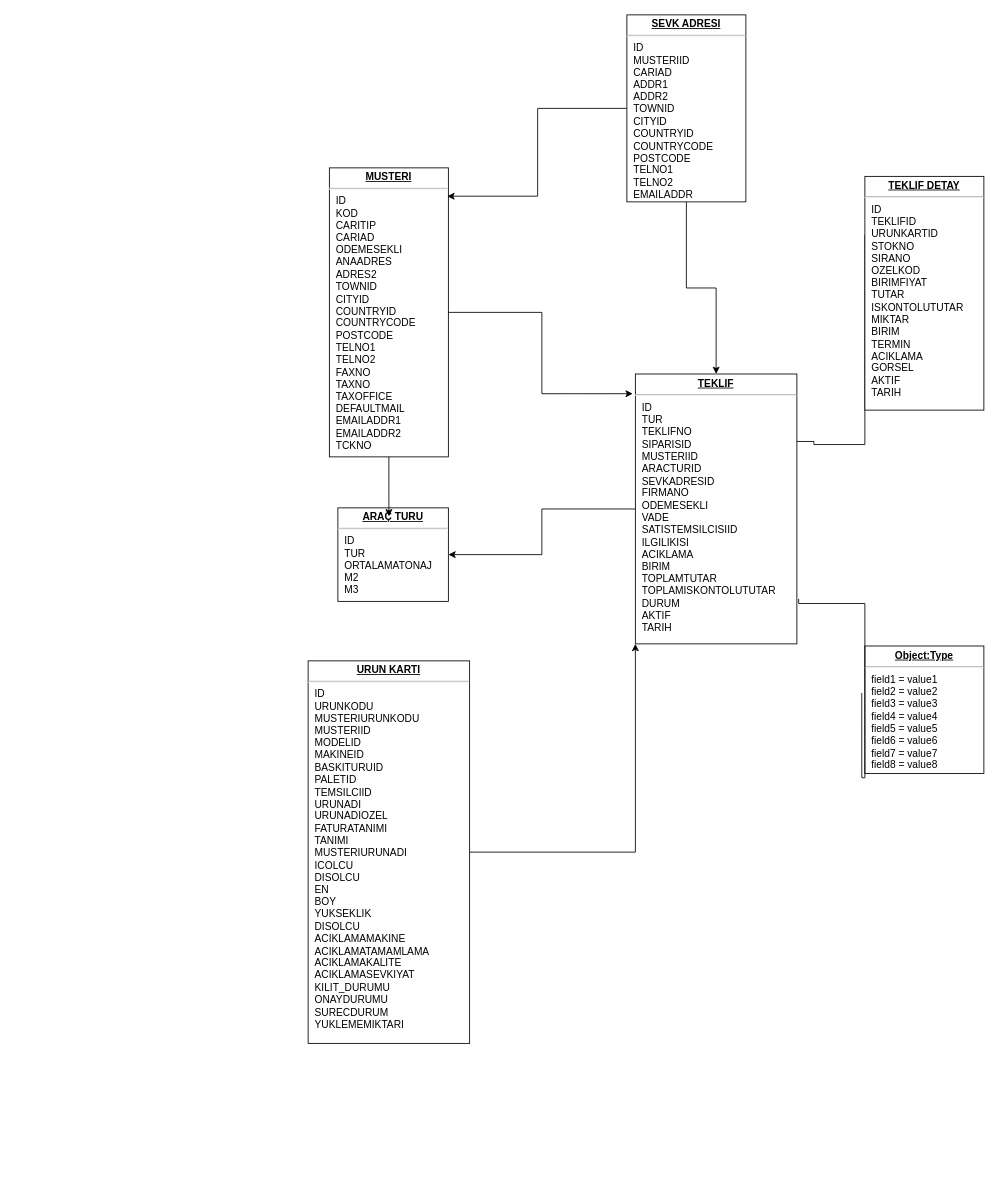
kaya2m/proDuck_ERP keeps this draw.io diagram as produck_Diagram.drawio. Above is the earlier version. Source tidied: cells renumbered, new cells numbered last; positions are measured from the earlier drawing's top-left corner, leaving out a move shared by most shapes. Both pictures are drawn from the tidied source at 85%, with x=0, y=0 at pixel (308, 14).
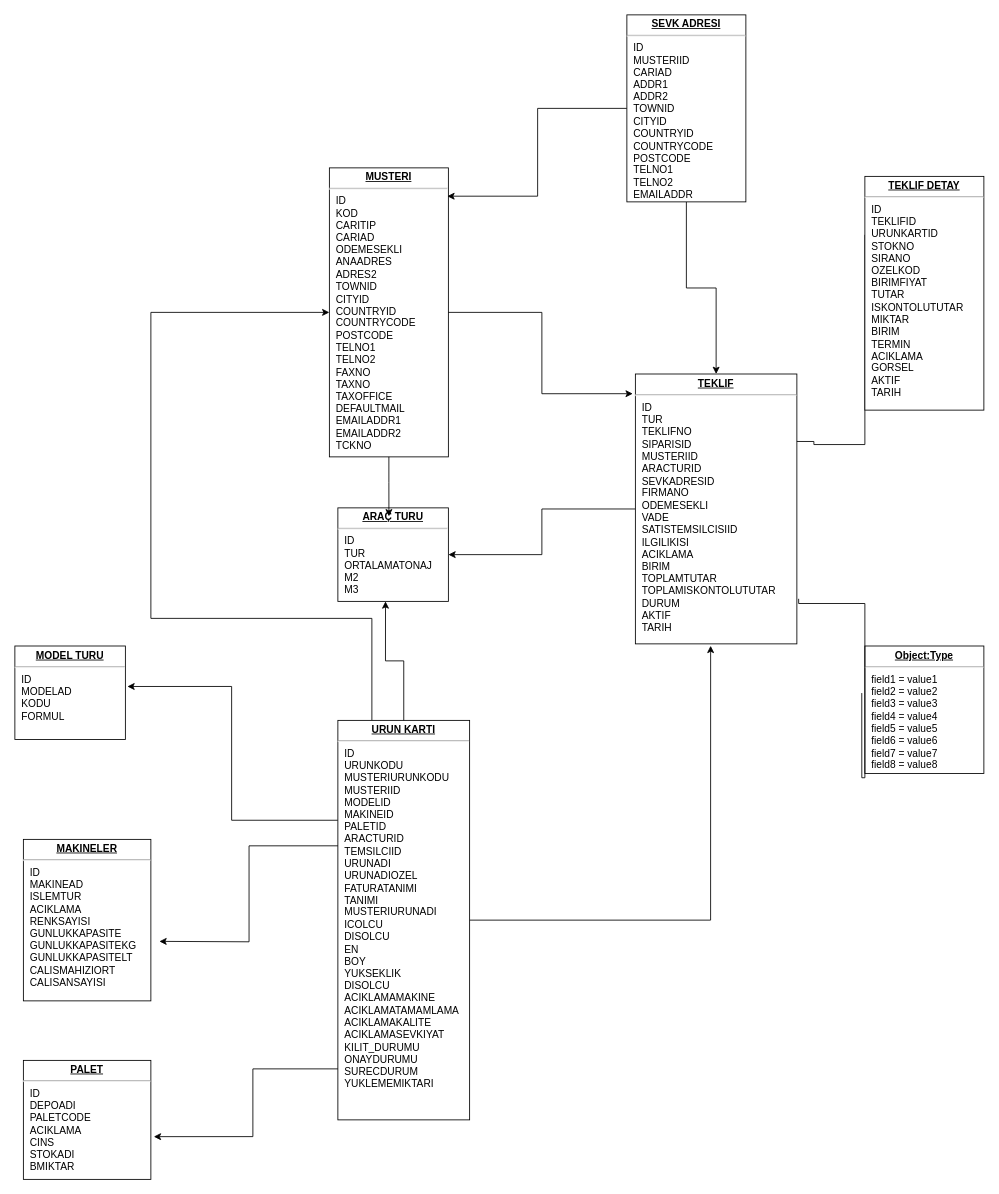
The same diagram, later.

Unchanged cells that the change refers to:
```xml
<mxCell id="3" value="&lt;p style=&quot;margin: 0px ; margin-top: 4px ; text-align: center ; text-decoration: underline&quot;&gt;&lt;b&gt;TEKLIF&lt;/b&gt;&lt;/p&gt;&lt;hr&gt;&lt;p style=&quot;margin: 0px ; margin-left: 8px&quot;&gt;ID&lt;/p&gt;&lt;p style=&quot;margin: 0px ; margin-left: 8px&quot;&gt;TUR&lt;/p&gt;&lt;p style=&quot;margin: 0px ; margin-left: 8px&quot;&gt;TEKLIFNO&lt;/p&gt;&lt;p style=&quot;margin: 0px ; margin-left: 8px&quot;&gt;SIPARISID&lt;/p&gt;&lt;p style=&quot;margin: 0px ; margin-left: 8px&quot;&gt;MUSTERIID&lt;/p&gt;&lt;p style=&quot;margin: 0px ; margin-left: 8px&quot;&gt;ARACTURID&lt;/p&gt;&lt;p style=&quot;margin: 0px ; margin-left: 8px&quot;&gt;SEVKADRESID&lt;/p&gt;&lt;p style=&quot;margin: 0px ; margin-left: 8px&quot;&gt;FIRMANO&lt;/p&gt;&lt;p style=&quot;margin: 0px ; margin-left: 8px&quot;&gt;ODEMESEKLI&lt;/p&gt;&lt;p style=&quot;margin: 0px ; margin-left: 8px&quot;&gt;VADE&lt;/p&gt;&lt;p style=&quot;margin: 0px ; margin-left: 8px&quot;&gt;SATISTEMSILCISIID&lt;/p&gt;&lt;p style=&quot;margin: 0px ; margin-left: 8px&quot;&gt;ILGILIKISI&lt;/p&gt;&lt;p style=&quot;margin: 0px ; margin-left: 8px&quot;&gt;ACIKLAMA&lt;/p&gt;&lt;p style=&quot;margin: 0px ; margin-left: 8px&quot;&gt;BIRIM&lt;/p&gt;&lt;p style=&quot;margin: 0px ; margin-left: 8px&quot;&gt;TOPLAMTUTAR&lt;/p&gt;&lt;p style=&quot;margin: 0px ; margin-left: 8px&quot;&gt;TOPLAMISKONTOLUTUTAR&lt;/p&gt;&lt;p style=&quot;margin: 0px ; margin-left: 8px&quot;&gt;DURUM&lt;/p&gt;&lt;p style=&quot;margin: 0px ; margin-left: 8px&quot;&gt;AKTIF&lt;/p&gt;&lt;p style=&quot;margin: 0px ; margin-left: 8px&quot;&gt;TARIH&lt;/p&gt;&lt;p style=&quot;margin: 0px ; margin-left: 8px&quot;&gt;&lt;/p&gt;" style="verticalAlign=top;align=left;overflow=fill;fontSize=12;fontFamily=Helvetica;html=1;rounded=0;shadow=0;comic=0;labelBackgroundColor=none;strokeWidth=1;" parent="1" vertex="1">
  <mxGeometry x="385" y="422.5" width="190" height="317.5" as="geometry" />
</mxCell>
<mxCell id="7" value="&lt;p style=&quot;margin: 0px ; margin-top: 4px ; text-align: center ; text-decoration: underline&quot;&gt;&lt;b&gt;MUSTERI&lt;/b&gt;&lt;/p&gt;&lt;hr&gt;&lt;p style=&quot;margin: 0px ; margin-left: 8px&quot;&gt;ID&lt;br&gt;KOD&lt;br&gt;CARITIP&lt;/p&gt;&lt;p style=&quot;margin: 0px ; margin-left: 8px&quot;&gt;CARIAD&lt;/p&gt;&lt;p style=&quot;margin: 0px ; margin-left: 8px&quot;&gt;ODEMESEKLI&lt;br&gt;&lt;/p&gt;&lt;p style=&quot;margin: 0px ; margin-left: 8px&quot;&gt;ANAADRES&lt;br&gt;&lt;/p&gt;&lt;p style=&quot;margin: 0px ; margin-left: 8px&quot;&gt;ADRES2&lt;br&gt;&lt;/p&gt;&lt;p style=&quot;margin: 0px ; margin-left: 8px&quot;&gt;TOWNID&lt;/p&gt;&lt;p style=&quot;margin: 0px ; margin-left: 8px&quot;&gt;CITYID&lt;/p&gt;&lt;p style=&quot;margin: 0px ; margin-left: 8px&quot;&gt;COUNTRYID&lt;/p&gt;&lt;p style=&quot;margin: 0px ; margin-left: 8px&quot;&gt;COUNTRYCODE&lt;/p&gt;&lt;p style=&quot;margin: 0px ; margin-left: 8px&quot;&gt;POSTCODE&lt;/p&gt;&lt;p style=&quot;margin: 0px ; margin-left: 8px&quot;&gt;TELNO1&lt;/p&gt;&lt;p style=&quot;margin: 0px ; margin-left: 8px&quot;&gt;TELNO2&lt;/p&gt;&lt;p style=&quot;margin: 0px ; margin-left: 8px&quot;&gt;FAXNO&lt;/p&gt;&lt;p style=&quot;margin: 0px ; margin-left: 8px&quot;&gt;TAXNO&lt;/p&gt;&lt;p style=&quot;margin: 0px ; margin-left: 8px&quot;&gt;TAXOFFICE&lt;/p&gt;&lt;p style=&quot;margin: 0px ; margin-left: 8px&quot;&gt;DEFAULTMAIL&lt;/p&gt;&lt;p style=&quot;margin: 0px ; margin-left: 8px&quot;&gt;EMAILADDR1&lt;/p&gt;&lt;p style=&quot;margin: 0px ; margin-left: 8px&quot;&gt;EMAILADDR2&lt;/p&gt;&lt;p style=&quot;margin: 0px ; margin-left: 8px&quot;&gt;TCKNO&lt;/p&gt;&lt;p style=&quot;margin: 0px ; margin-left: 8px&quot;&gt;&lt;br&gt;&lt;/p&gt;" style="verticalAlign=top;align=left;overflow=fill;fontSize=12;fontFamily=Helvetica;html=1;rounded=0;shadow=0;comic=0;labelBackgroundColor=none;strokeWidth=1;" parent="1" vertex="1">
  <mxGeometry x="25" y="180" width="140" height="340" as="geometry" />
</mxCell>
<mxCell id="10" value="&lt;p style=&quot;margin: 0px ; margin-top: 4px ; text-align: center ; text-decoration: underline&quot;&gt;&lt;b&gt;ARAÇ TURU&lt;/b&gt;&lt;/p&gt;&lt;hr&gt;&lt;p style=&quot;margin: 0px ; margin-left: 8px&quot;&gt;ID&lt;br&gt;TUR&lt;br&gt;ORTALAMATONAJ&lt;/p&gt;&lt;p style=&quot;margin: 0px ; margin-left: 8px&quot;&gt;M2&lt;/p&gt;&lt;p style=&quot;margin: 0px ; margin-left: 8px&quot;&gt;M3&lt;br&gt;&lt;/p&gt;&lt;p style=&quot;margin: 0px ; margin-left: 8px&quot;&gt;&lt;br&gt;&lt;/p&gt;" style="verticalAlign=top;align=left;overflow=fill;fontSize=12;fontFamily=Helvetica;html=1;rounded=0;shadow=0;comic=0;labelBackgroundColor=none;strokeWidth=1;" parent="1" vertex="1">
  <mxGeometry x="35" y="580" width="130" height="110" as="geometry" />
</mxCell>
```

What changed in the source:
```diff
@@
-    <mxCell id="15" style="edgeStyle=orthogonalEdgeStyle;rounded=0;jettySize=auto;html=1;entryX=0;entryY=1;entryDx=0;entryDy=0;" parent="1" edge="1" source="16" target="3">
+    <mxCell id="15" style="edgeStyle=orthogonalEdgeStyle;rounded=0;jettySize=auto;html=1;entryX=0.466;entryY=1.007;entryDx=0;entryDy=0;entryPerimeter=0;" parent="1" edge="1" source="16" target="3">
       <mxGeometry relative="1" as="geometry" />
     </mxCell>
+    <mxCell id="17" style="edgeStyle=orthogonalEdgeStyle;rounded=0;jettySize=auto;html=1;entryX=0;entryY=0.5;entryDx=0;entryDy=0;" parent="1" edge="1" source="16" target="7">
+      <mxGeometry relative="1" as="geometry">
+        <Array as="points">
+          <mxPoint x="75" y="710" />
+          <mxPoint x="-185" y="710" />
+          <mxPoint x="-185" y="350" />
+        </Array>
+      </mxGeometry>
+    </mxCell>
+    <mxCell id="18" style="edgeStyle=orthogonalEdgeStyle;rounded=0;jettySize=auto;html=1;entryX=1.018;entryY=0.433;entryDx=0;entryDy=0;exitX=0;exitY=0.25;exitDx=0;exitDy=0;entryPerimeter=0;" parent="1" edge="1" source="16" target="21">
+      <mxGeometry relative="1" as="geometry" />
+    </mxCell>
+    <mxCell id="19" style="edgeStyle=orthogonalEdgeStyle;rounded=0;jettySize=auto;html=1;exitX=0.021;exitY=0.314;exitDx=0;exitDy=0;exitPerimeter=0;" parent="1" edge="1" source="16">
+      <mxGeometry relative="1" as="geometry">
+        <mxPoint x="-175" y="1090" as="targetPoint" />
+      </mxGeometry>
+    </mxCell>
-    <mxCell id="16" value="&lt;p style=&quot;margin: 0px ; margin-top: 4px ; text-align: center ; text-decoration: underline&quot;&gt;&lt;b&gt;URUN KARTI&lt;/b&gt;&lt;/p&gt;&lt;hr&gt;&lt;p style=&quot;margin: 0px ; margin-left: 8px&quot;&gt;ID&lt;/p&gt;&lt;p style=&quot;margin: 0px ; margin-left: 8px&quot;&gt;URUNKODU&lt;/p&gt;&lt;p style=&quot;margin: 0px ; margin-left: 8px&quot;&gt;MUSTERIURUNKODU&lt;/p&gt;&lt;p style=&quot;margin: 0px ; margin-left: 8px&quot;&gt;MUSTERIID&lt;/p&gt;&lt;p style=&quot;margin: 0px ; margin-left: 8px&quot;&gt;MODELID&lt;/p&gt;&lt;p style=&quot;margin: 0px ; margin-left: 8px&quot;&gt;MAKINEID&lt;/p&gt;&lt;p style=&quot;margin: 0px ; margin-left: 8px&quot;&gt;BASKITURUID&lt;/p&gt;&lt;p style=&quot;margin: 0px ; margin-left: 8px&quot;&gt;PALETID&lt;/p&gt;&lt;p style=&quot;margin: 0px ; margin-left: 8px&quot;&gt;TEMSILCIID&lt;/p&gt;&lt;p style=&quot;margin: 0px ; margin-left: 8px&quot;&gt;URUNADI&lt;/p&gt;&lt;p style=&quot;margin: 0px ; margin-left: 8px&quot;&gt;URUNADIOZEL&lt;/p&gt;&lt;p style=&quot;margin: 0px ; margin-left: 8px&quot;&gt;FATURATANIMI&lt;/p&gt;&lt;p style=&quot;margin: 0px ; margin-left: 8px&quot;&gt;TANIMI&lt;/p&gt;&lt;p style=&quot;margin: 0px ; margin-left: 8px&quot;&gt;MUSTERIURUNADI&lt;/p&gt;&lt;p style=&quot;margin: 0px ; margin-left: 8px&quot;&gt;ICOLCU&lt;/p&gt;&lt;p style=&quot;margin: 0px ; margin-left: 8px&quot;&gt;DISOLCU&lt;/p&gt;&lt;p style=&quot;margin: 0px ; margin-left: 8px&quot;&gt;EN&lt;/p&gt;&lt;p style=&quot;margin: 0px ; margin-left: 8px&quot;&gt;BOY&lt;/p&gt;&lt;p style=&quot;margin: 0px ; margin-left: 8px&quot;&gt;YUKSEKLIK&lt;/p&gt;&lt;p style=&quot;margin: 0px ; margin-left: 8px&quot;&gt;DISOLCU&lt;/p&gt;&lt;p style=&quot;margin: 0px ; margin-left: 8px&quot;&gt;ACIKLAMAMAKINE&lt;/p&gt;&lt;p style=&quot;margin: 0px ; margin-left: 8px&quot;&gt;ACIKLAMATAMAMLAMA&lt;/p&gt;&lt;p style=&quot;margin: 0px ; margin-left: 8px&quot;&gt;ACIKLAMAKALITE&lt;/p&gt;&lt;p style=&quot;margin: 0px ; margin-left: 8px&quot;&gt;ACIKLAMASEVKIYAT&lt;/p&gt;&lt;p style=&quot;margin: 0px ; margin-left: 8px&quot;&gt;KILIT_DURUMU&lt;/p&gt;&lt;p style=&quot;margin: 0px ; margin-left: 8px&quot;&gt;ONAYDURUMU&lt;/p&gt;&lt;p style=&quot;margin: 0px ; margin-left: 8px&quot;&gt;SURECDURUM&lt;/p&gt;&lt;p style=&quot;margin: 0px ; margin-left: 8px&quot;&gt;YUKLEMEMIKTARI&lt;/p&gt;&lt;p style=&quot;margin: 0px ; margin-left: 8px&quot;&gt;&lt;/p&gt;" style="verticalAlign=top;align=left;overflow=fill;fontSize=12;fontFamily=Helvetica;html=1;rounded=0;shadow=0;comic=0;labelBackgroundColor=none;strokeWidth=1;" parent="1" vertex="1">
-      <mxGeometry y="760" width="190" height="450" as="geometry" />
+    <mxCell id="16" value="&lt;p style=&quot;margin: 0px ; margin-top: 4px ; text-align: center ; text-decoration: underline&quot;&gt;&lt;b&gt;URUN KARTI&lt;/b&gt;&lt;/p&gt;&lt;hr&gt;&lt;p style=&quot;margin: 0px ; margin-left: 8px&quot;&gt;ID&lt;/p&gt;&lt;p style=&quot;margin: 0px ; margin-left: 8px&quot;&gt;URUNKODU&lt;/p&gt;&lt;p style=&quot;margin: 0px ; margin-left: 8px&quot;&gt;MUSTERIURUNKODU&lt;/p&gt;&lt;p style=&quot;margin: 0px ; margin-left: 8px&quot;&gt;MUSTERIID&lt;/p&gt;&lt;p style=&quot;margin: 0px ; margin-left: 8px&quot;&gt;MODELID&lt;/p&gt;&lt;p style=&quot;margin: 0px ; margin-left: 8px&quot;&gt;MAKINEID&lt;/p&gt;&lt;p style=&quot;margin: 0px ; margin-left: 8px&quot;&gt;PALETID&lt;/p&gt;&lt;p style=&quot;margin: 0px ; margin-left: 8px&quot;&gt;ARACTURID&lt;/p&gt;&lt;p style=&quot;margin: 0px ; margin-left: 8px&quot;&gt;TEMSILCIID&lt;/p&gt;&lt;p style=&quot;margin: 0px ; margin-left: 8px&quot;&gt;URUNADI&lt;/p&gt;&lt;p style=&quot;margin: 0px ; margin-left: 8px&quot;&gt;URUNADIOZEL&lt;/p&gt;&lt;p style=&quot;margin: 0px ; margin-left: 8px&quot;&gt;FATURATANIMI&lt;/p&gt;&lt;p style=&quot;margin: 0px ; margin-left: 8px&quot;&gt;TANIMI&lt;/p&gt;&lt;p style=&quot;margin: 0px ; margin-left: 8px&quot;&gt;MUSTERIURUNADI&lt;/p&gt;&lt;p style=&quot;margin: 0px ; margin-left: 8px&quot;&gt;ICOLCU&lt;/p&gt;&lt;p style=&quot;margin: 0px ; margin-left: 8px&quot;&gt;DISOLCU&lt;/p&gt;&lt;p style=&quot;margin: 0px ; margin-left: 8px&quot;&gt;EN&lt;/p&gt;&lt;p style=&quot;margin: 0px ; margin-left: 8px&quot;&gt;BOY&lt;/p&gt;&lt;p style=&quot;margin: 0px ; margin-left: 8px&quot;&gt;YUKSEKLIK&lt;/p&gt;&lt;p style=&quot;margin: 0px ; margin-left: 8px&quot;&gt;DISOLCU&lt;/p&gt;&lt;p style=&quot;margin: 0px ; margin-left: 8px&quot;&gt;ACIKLAMAMAKINE&lt;/p&gt;&lt;p style=&quot;margin: 0px ; margin-left: 8px&quot;&gt;ACIKLAMATAMAMLAMA&lt;/p&gt;&lt;p style=&quot;margin: 0px ; margin-left: 8px&quot;&gt;ACIKLAMAKALITE&lt;/p&gt;&lt;p style=&quot;margin: 0px ; margin-left: 8px&quot;&gt;ACIKLAMASEVKIYAT&lt;/p&gt;&lt;p style=&quot;margin: 0px ; margin-left: 8px&quot;&gt;KILIT_DURUMU&lt;/p&gt;&lt;p style=&quot;margin: 0px ; margin-left: 8px&quot;&gt;ONAYDURUMU&lt;/p&gt;&lt;p style=&quot;margin: 0px ; margin-left: 8px&quot;&gt;SURECDURUM&lt;/p&gt;&lt;p style=&quot;margin: 0px ; margin-left: 8px&quot;&gt;YUKLEMEMIKTARI&lt;/p&gt;&lt;p style=&quot;margin: 0px ; margin-left: 8px&quot;&gt;&lt;/p&gt;" style="verticalAlign=top;align=left;overflow=fill;fontSize=12;fontFamily=Helvetica;html=1;rounded=0;shadow=0;comic=0;labelBackgroundColor=none;strokeWidth=1;" parent="1" vertex="1">
+      <mxGeometry x="35" y="830" width="155" height="470" as="geometry" />
     </mxCell>
+    <mxCell id="20" style="edgeStyle=orthogonalEdgeStyle;rounded=0;jettySize=auto;html=1;entryX=0.431;entryY=1;entryDx=0;entryDy=0;entryPerimeter=0;" parent="1" edge="1" source="16" target="10">
+      <mxGeometry relative="1" as="geometry" />
+    </mxCell>
+    <mxCell id="21" value="&lt;p style=&quot;margin: 0px ; margin-top: 4px ; text-align: center ; text-decoration: underline&quot;&gt;&lt;b&gt;MODEL TURU&lt;/b&gt;&lt;/p&gt;&lt;hr&gt;&lt;p style=&quot;margin: 0px ; margin-left: 8px&quot;&gt;ID&lt;br&gt;MODELAD&lt;/p&gt;&lt;p style=&quot;margin: 0px ; margin-left: 8px&quot;&gt;KODU&lt;/p&gt;&lt;p style=&quot;margin: 0px ; margin-left: 8px&quot;&gt;FORMUL&lt;/p&gt;" style="verticalAlign=top;align=left;overflow=fill;fontSize=12;fontFamily=Helvetica;html=1;rounded=0;shadow=0;comic=0;labelBackgroundColor=none;strokeWidth=1;" parent="1" vertex="1">
+      <mxGeometry x="-345" y="742.5" width="130" height="110" as="geometry" />
+    </mxCell>
+    <mxCell id="22" value="&lt;p style=&quot;margin: 0px ; margin-top: 4px ; text-align: center ; text-decoration: underline&quot;&gt;&lt;b&gt;MAKINELER&lt;/b&gt;&lt;/p&gt;&lt;hr&gt;&lt;p style=&quot;margin: 0px ; margin-left: 8px&quot;&gt;ID&lt;br&gt;MAKINEAD&lt;/p&gt;&lt;p style=&quot;margin: 0px ; margin-left: 8px&quot;&gt;ISLEMTUR&lt;/p&gt;&lt;p style=&quot;margin: 0px ; margin-left: 8px&quot;&gt;ACIKLAMA&lt;/p&gt;&lt;p style=&quot;margin: 0px ; margin-left: 8px&quot;&gt;RENKSAYISI&lt;/p&gt;&lt;p style=&quot;margin: 0px ; margin-left: 8px&quot;&gt;GUNLUKKAPASITE&lt;/p&gt;&lt;p style=&quot;margin: 0px ; margin-left: 8px&quot;&gt;GUNLUKKAPASITEKG&lt;/p&gt;&lt;p style=&quot;margin: 0px ; margin-left: 8px&quot;&gt;GUNLUKKAPASITELT&lt;/p&gt;&lt;p style=&quot;margin: 0px ; margin-left: 8px&quot;&gt;CALISMAHIZIORT&lt;/p&gt;&lt;p style=&quot;margin: 0px ; margin-left: 8px&quot;&gt;CALISANSAYISI&lt;/p&gt;" style="verticalAlign=top;align=left;overflow=fill;fontSize=12;fontFamily=Helvetica;html=1;rounded=0;shadow=0;comic=0;labelBackgroundColor=none;strokeWidth=1;" parent="1" vertex="1">
+      <mxGeometry x="-335" y="970" width="150" height="190" as="geometry" />
+    </mxCell>
+    <mxCell id="23" value="&lt;p style=&quot;margin: 0px ; margin-top: 4px ; text-align: center ; text-decoration: underline&quot;&gt;&lt;b&gt;PALET&lt;/b&gt;&lt;/p&gt;&lt;hr&gt;&lt;p style=&quot;margin: 0px ; margin-left: 8px&quot;&gt;ID&lt;br&gt;DEPOADI&lt;/p&gt;&lt;p style=&quot;margin: 0px ; margin-left: 8px&quot;&gt;PALETCODE&lt;/p&gt;&lt;p style=&quot;margin: 0px ; margin-left: 8px&quot;&gt;ACIKLAMA&lt;/p&gt;&lt;p style=&quot;margin: 0px ; margin-left: 8px&quot;&gt;CINS&lt;/p&gt;&lt;p style=&quot;margin: 0px ; margin-left: 8px&quot;&gt;STOKADI&lt;/p&gt;&lt;p style=&quot;margin: 0px ; margin-left: 8px&quot;&gt;BMIKTAR&lt;/p&gt;" style="verticalAlign=top;align=left;overflow=fill;fontSize=12;fontFamily=Helvetica;html=1;rounded=0;shadow=0;comic=0;labelBackgroundColor=none;strokeWidth=1;" parent="1" vertex="1">
+      <mxGeometry x="-335" y="1230" width="150" height="140" as="geometry" />
+    </mxCell>
+    <mxCell id="24" style="edgeStyle=orthogonalEdgeStyle;rounded=0;jettySize=auto;html=1;entryX=1.023;entryY=0.641;entryDx=0;entryDy=0;entryPerimeter=0;" parent="1" edge="1" source="16" target="23">
+      <mxGeometry relative="1" as="geometry">
+        <Array as="points">
+          <mxPoint x="-65" y="1240" />
+          <mxPoint x="-65" y="1320" />
+        </Array>
+      </mxGeometry>
+    </mxCell>
```
